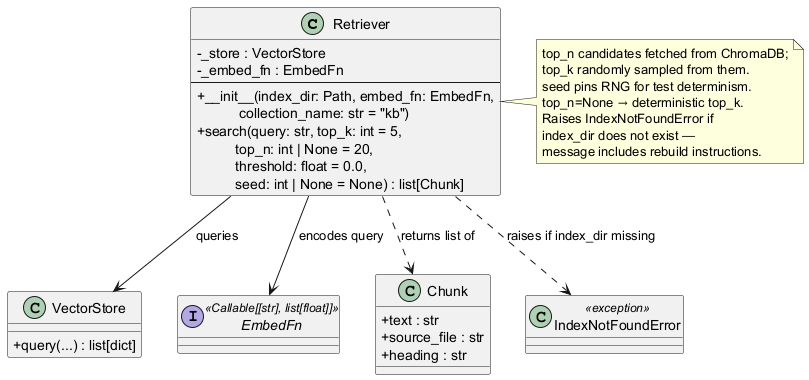
The PlantUML diagram docs/specs/modules/engine-retriever.png in mailtocsprasad/ai-kb-quiz, before a commit.
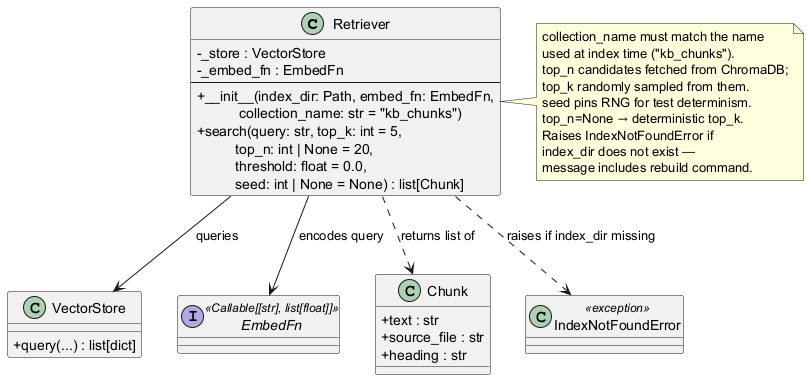
The same diagram one commit later.

Diff of the diagram source:
```diff
@@ -5,7 +5,7 @@
   - _store : VectorStore
   - _embed_fn : EmbedFn
   --
-  + __init__(index_dir: Path, embed_fn: EmbedFn,\n           collection_name: str = "kb")
+  + __init__(index_dir: Path, embed_fn: EmbedFn,\n           collection_name: str = "kb_chunks")
   + search(query: str, top_k: int = 5,\n          top_n: int | None = 20,\n          threshold: float = 0.0,\n          seed: int | None = None) : list[Chunk]
 }
 
@@ -29,13 +29,15 @@
 Retriever ..> IndexNotFoundError : raises if index_dir missing
 
 note right of Retriever
+  collection_name must match the name
+  used at index time ("kb_chunks").
   top_n candidates fetched from ChromaDB;
   top_k randomly sampled from them.
   seed pins RNG for test determinism.
   top_n=None → deterministic top_k.
   Raises IndexNotFoundError if
   index_dir does not exist —
-  message includes rebuild instructions.
+  message includes rebuild command.
 end note
 
 @enduml
```
